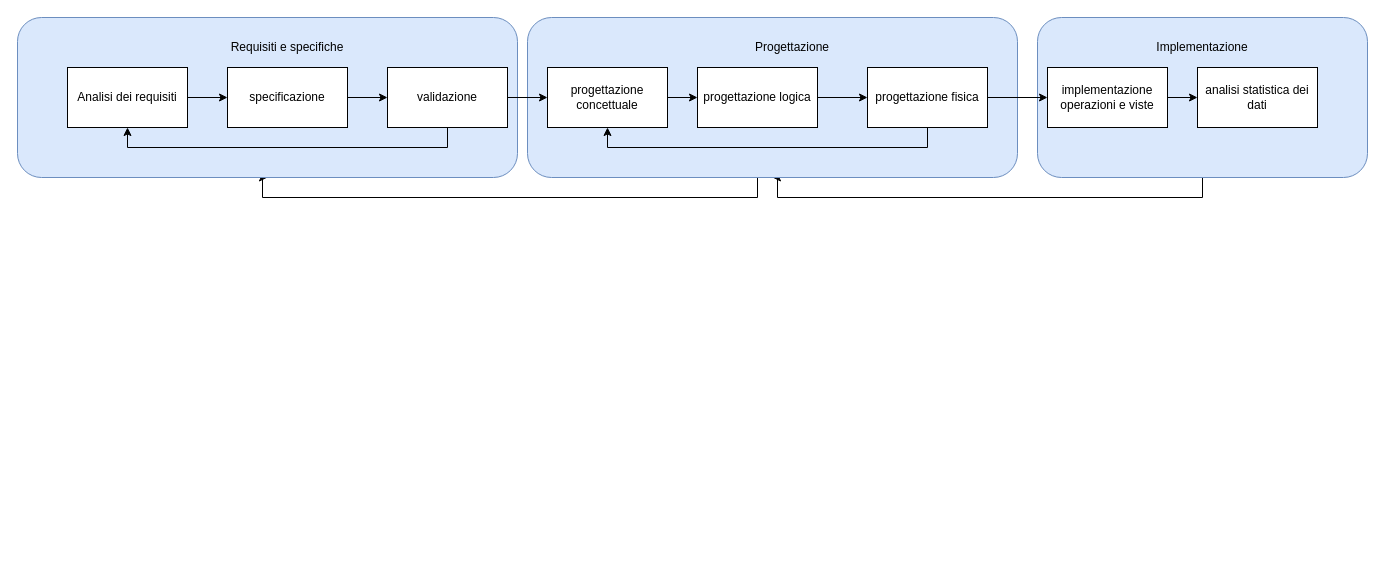
Above: workflow.drawio in Firamon/Database-for-a-Medical-Clinic (draw.io), before the change. Source tidied: cells renumbered, new cells numbered last; positions are measured from the earlier drawing's top-left corner, leaving out a move shared by most shapes. Both pictures are drawn from the tidied source at 100%, with x=0, y=0 at pixel (17, 17).
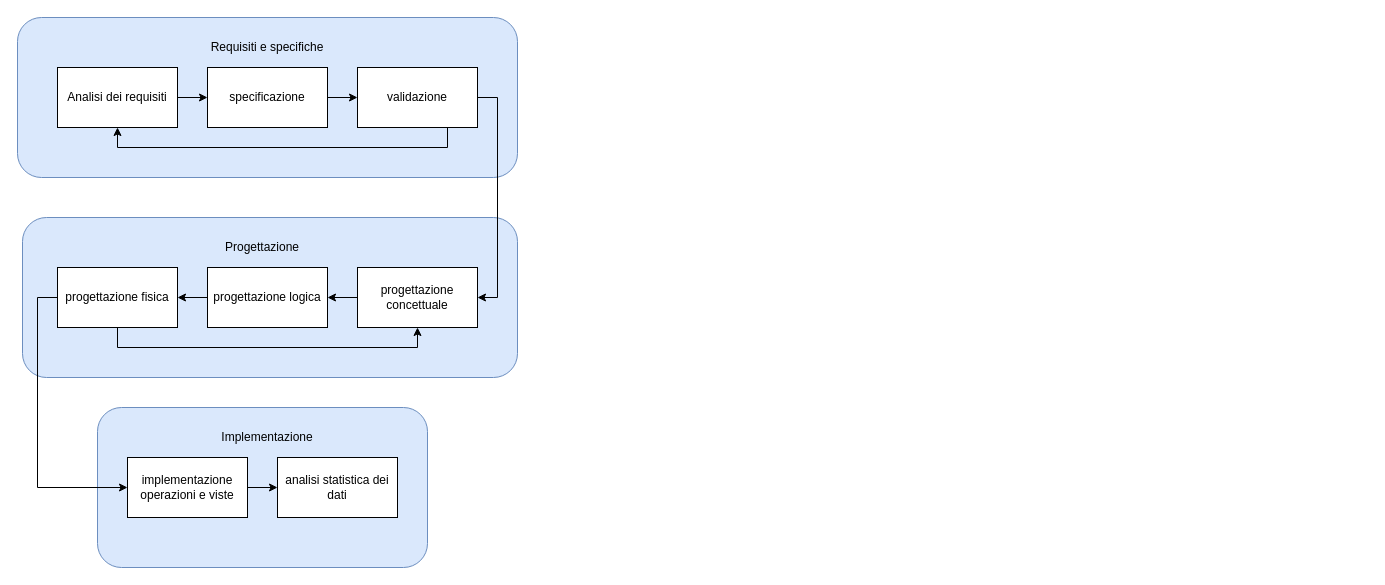
The same diagram, later.

Unchanged cells that the change refers to:
```xml
<mxCell id="6" style="rounded=1;whiteSpace=wrap;html=1;fillColor=#dae8fc;strokeColor=#6c8ebf;" parent="1" vertex="1">
  <mxGeometry width="500" height="160" as="geometry" />
</mxCell>
```

The edit, as a diff of the source:
```diff
@@
-    <mxCell id="2" style="edgeStyle=orthogonalEdgeStyle;rounded=0;jettySize=auto;html=1;entryX=0.5;entryY=1;entryDx=0;entryDy=0;" parent="1" edge="1" source="3" target="5">
-      <mxGeometry relative="1" as="geometry">
-        <Array as="points">
-          <mxPoint x="1185" y="180" />
-          <mxPoint x="760" y="180" />
-          <mxPoint x="760" y="160" />
-        </Array>
-      </mxGeometry>
-    </mxCell>
     <mxCell id="3" style="rounded=1;whiteSpace=wrap;html=1;fillColor=#dae8fc;strokeColor=#6c8ebf;" parent="1" vertex="1">
-      <mxGeometry x="1020" width="330" height="160" as="geometry" />
+      <mxGeometry x="80" y="390" width="330" height="160" as="geometry" />
     </mxCell>
-    <mxCell id="4" style="edgeStyle=orthogonalEdgeStyle;rounded=0;jettySize=auto;html=1;entryX=0.5;entryY=1;entryDx=0;entryDy=0;" parent="1" edge="1" source="5" target="6">
-      <mxGeometry relative="1" as="geometry">
-        <Array as="points">
-          <mxPoint x="740" y="180" />
-          <mxPoint x="245" y="180" />
-        </Array>
-      </mxGeometry>
-    </mxCell>
     <mxCell id="5" style="rounded=1;whiteSpace=wrap;html=1;fillColor=#dae8fc;strokeColor=#6c8ebf;" parent="1" vertex="1">
-      <mxGeometry x="510" width="490" height="160" as="geometry" />
+      <mxGeometry x="5" y="200" width="495" height="160" as="geometry" />
     </mxCell>
@@
     <mxCell id="8" value="Analisi dei requisiti" style="rounded=0;whiteSpace=wrap;html=1;" parent="1" vertex="1">
-      <mxGeometry x="50" y="50" width="120" height="60" as="geometry" />
+      <mxGeometry x="40" y="50" width="120" height="60" as="geometry" />
     </mxCell>
@@
     <mxCell id="10" value="specificazione" style="rounded=0;whiteSpace=wrap;html=1;" parent="1" vertex="1">
-      <mxGeometry x="210" y="50" width="120" height="60" as="geometry" />
+      <mxGeometry x="190" y="50" width="120" height="60" as="geometry" />
     </mxCell>
     <mxCell id="11" style="edgeStyle=orthogonalEdgeStyle;rounded=0;jettySize=auto;html=1;entryX=0.5;entryY=1;entryDx=0;entryDy=0;" parent="1" edge="1" source="13" target="8">
       <mxGeometry relative="1" as="geometry">
         <Array as="points">
           <mxPoint x="430" y="130" />
-          <mxPoint x="110" y="130" />
+          <mxPoint x="100" y="130" />
         </Array>
       </mxGeometry>
     </mxCell>
-    <mxCell id="12" style="edgeStyle=orthogonalEdgeStyle;rounded=0;jettySize=auto;html=1;entryX=0;entryY=0.5;entryDx=0;entryDy=0;" parent="1" edge="1" source="13" target="15">
+    <mxCell id="12" style="edgeStyle=orthogonalEdgeStyle;rounded=0;jettySize=auto;html=1;exitX=1;exitY=0.5;exitDx=0;exitDy=0;entryX=1;entryY=0.5;entryDx=0;entryDy=0;" parent="1" edge="1" source="13" target="15">
       <mxGeometry relative="1" as="geometry" />
     </mxCell>
     <mxCell id="13" value="validazione" style="rounded=0;whiteSpace=wrap;html=1;" parent="1" vertex="1">
-      <mxGeometry x="370" y="50" width="120" height="60" as="geometry" />
+      <mxGeometry x="340" y="50" width="120" height="60" as="geometry" />
     </mxCell>
-    <mxCell id="14" style="edgeStyle=orthogonalEdgeStyle;rounded=0;jettySize=auto;html=1;entryX=0;entryY=0.5;entryDx=0;entryDy=0;" parent="1" edge="1" source="15" target="17">
+    <mxCell id="14" style="edgeStyle=orthogonalEdgeStyle;rounded=0;jettySize=auto;html=1;exitX=0;exitY=0.5;exitDx=0;exitDy=0;entryX=1;entryY=0.5;entryDx=0;entryDy=0;" parent="1" edge="1" source="15" target="17">
       <mxGeometry relative="1" as="geometry" />
     </mxCell>
     <mxCell id="15" value="progettazione concettuale" style="rounded=0;whiteSpace=wrap;html=1;" parent="1" vertex="1">
-      <mxGeometry x="530" y="50" width="120" height="60" as="geometry" />
+      <mxGeometry x="340" y="250" width="120" height="60" as="geometry" />
     </mxCell>
-    <mxCell id="16" style="edgeStyle=orthogonalEdgeStyle;rounded=0;jettySize=auto;html=1;entryX=0;entryY=0.5;entryDx=0;entryDy=0;" parent="1" edge="1" source="17" target="22">
+    <mxCell id="16" style="edgeStyle=orthogonalEdgeStyle;rounded=0;jettySize=auto;html=1;exitX=0;exitY=0.5;exitDx=0;exitDy=0;entryX=1;entryY=0.5;entryDx=0;entryDy=0;" parent="1" edge="1" source="17" target="22">
       <mxGeometry relative="1" as="geometry" />
     </mxCell>
     <mxCell id="17" value="progettazione logica" style="rounded=0;whiteSpace=wrap;html=1;" parent="1" vertex="1">
-      <mxGeometry x="680" y="50" width="120" height="60" as="geometry" />
+      <mxGeometry x="190" y="250" width="120" height="60" as="geometry" />
     </mxCell>
     <mxCell id="18" value="Requisiti e specifiche" style="text;html=1;strokeColor=none;fillColor=none;align=center;verticalAlign=middle;whiteSpace=wrap;rounded=0;" parent="1" vertex="1">
-      <mxGeometry x="200" y="20" width="140" height="20" as="geometry" />
+      <mxGeometry x="180" y="20" width="140" height="20" as="geometry" />
     </mxCell>
     <mxCell id="19" value="Progettazione" style="text;html=1;strokeColor=none;fillColor=none;align=center;verticalAlign=middle;whiteSpace=wrap;rounded=0;" parent="1" vertex="1">
-      <mxGeometry x="730" y="20" width="90" height="20" as="geometry" />
+      <mxGeometry x="200" y="220" width="90" height="20" as="geometry" />
     </mxCell>
+    <mxCell id="21" style="edgeStyle=orthogonalEdgeStyle;rounded=0;jettySize=auto;html=1;exitX=0.5;exitY=1;exitDx=0;exitDy=0;entryX=0.5;entryY=1;entryDx=0;entryDy=0;" parent="1" edge="1" source="22" target="15">
+      <mxGeometry relative="1" as="geometry" />
+    </mxCell>
-    <mxCell id="20" style="edgeStyle=orthogonalEdgeStyle;rounded=0;jettySize=auto;html=1;" parent="1" edge="1" source="22" target="25">
+    <mxCell id="20" style="edgeStyle=orthogonalEdgeStyle;rounded=0;jettySize=auto;html=1;exitX=0;exitY=0.5;exitDx=0;exitDy=0;entryX=0;entryY=0.5;entryDx=0;entryDy=0;" parent="1" edge="1" source="22" target="25">
       <mxGeometry relative="1" as="geometry" />
     </mxCell>
-    <mxCell id="21" style="edgeStyle=orthogonalEdgeStyle;rounded=0;jettySize=auto;html=1;entryX=0.5;entryY=1;entryDx=0;entryDy=0;" parent="1" edge="1" source="22" target="15">
-      <mxGeometry relative="1" as="geometry">
-        <Array as="points">
-          <mxPoint x="910" y="130" />
-          <mxPoint x="590" y="130" />
-        </Array>
-      </mxGeometry>
-    </mxCell>
     <mxCell id="22" value="progettazione fisica" style="rounded=0;whiteSpace=wrap;html=1;" parent="1" vertex="1">
-      <mxGeometry x="850" y="50" width="120" height="60" as="geometry" />
+      <mxGeometry x="40" y="250" width="120" height="60" as="geometry" />
     </mxCell>
     <mxCell id="23" value="analisi statistica dei dati" style="rounded=0;whiteSpace=wrap;html=1;" parent="1" vertex="1">
-      <mxGeometry x="1180" y="50" width="120" height="60" as="geometry" />
+      <mxGeometry x="260" y="440" width="120" height="60" as="geometry" />
     </mxCell>
-    <mxCell id="24" style="edgeStyle=orthogonalEdgeStyle;rounded=0;jettySize=auto;html=1;" parent="1" edge="1" source="25" target="23">
+    <mxCell id="24" style="edgeStyle=orthogonalEdgeStyle;rounded=0;jettySize=auto;html=1;exitX=1;exitY=0.5;exitDx=0;exitDy=0;entryX=0;entryY=0.5;entryDx=0;entryDy=0;" parent="1" edge="1" source="25" target="23">
       <mxGeometry relative="1" as="geometry" />
     </mxCell>
     <mxCell id="25" value="&lt;span&gt;implementazione operazioni e viste&lt;/span&gt;" style="rounded=0;whiteSpace=wrap;html=1;" parent="1" vertex="1">
-      <mxGeometry x="1030" y="50" width="120" height="60" as="geometry" />
+      <mxGeometry x="110" y="440" width="120" height="60" as="geometry" />
     </mxCell>
     <mxCell id="26" value="Implementazione" style="text;html=1;strokeColor=none;fillColor=none;align=center;verticalAlign=middle;whiteSpace=wrap;rounded=0;" parent="1" vertex="1">
-      <mxGeometry x="1140" y="20" width="90" height="20" as="geometry" />
+      <mxGeometry x="205" y="410" width="90" height="20" as="geometry" />
     </mxCell>
```
